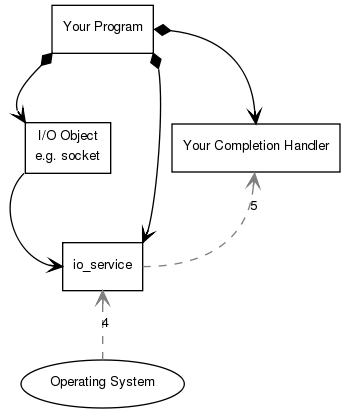
Before: asio/src/doc/overview/async_op2.png, a diagram exported from Graphviz (chriskohlhoff/asio). Its source is kept beside it as asio/src/doc/overview/async_op2.dot. The source it was exported from:
```dot
digraph g
{
  graph
    [
      nodesep="0.2"
    ];

  edge
    [
      fontname="Helvetica",
      fontsize=10,
      labelfontname="Helvetica",
      labelfontsize=10
    ];

  node
    [
      fontname="Helvetica",
      fontsize=10,
      shape=box
    ];

  edge
    [
      arrowhead="open"
    ]

  operating_system
    [
      label="Operating System",
      shape=ellipse
    ];

  io_service
    [
      label="io_service"
    ];

  io_object
    [
      label="I/O Object\ne.g. socket"
    ];

  your_program
    [
      label="Your Program"
    ];

  your_completion_handler
    [
      label="Your Completion Handler"
    ];

  your_program:e -> your_completion_handler:n
    [
      arrowtail="diamond"
    ];

  your_program:sw -> io_object:nw
    [
      arrowtail="diamond"
    ];

  your_program:se -> io_service:ne
    [
      arrowtail="diamond"
    ];

  io_object:sw -> io_service:w
    [
    ];

  your_program:s -> io_object:ne
    [
      style="invis",
      label="1"
    ];

  io_object:se -> io_service:n
    [
      style="invis",
      label="2"
    ];

  io_service:s -> operating_system:n
    [
      style="dashed",
      label="4"
      color="#808080"
      arrowhead="none"
      arrowtail="open"
    ];

  io_service:e -> your_completion_handler:s
    [
      style="dashed",
      label="5"
      color="#808080"
      constraint="false"
    ];
}
```
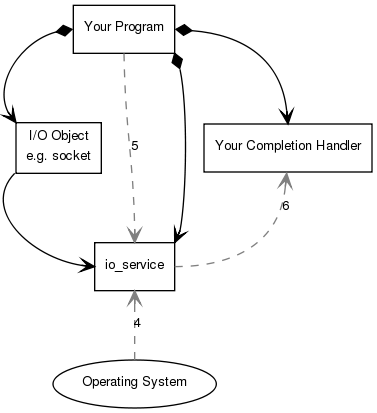
After the change.

The edit, as a diff of the source:
```diff
@@ -25,77 +25,45 @@
       arrowhead="open"
     ]
 
-  operating_system
-    [
-      label="Operating System",
-      shape=ellipse
-    ];
+  {
+    operating_system [ label="Operating System", shape=ellipse ];
+    io_service [ label="io_service" ];
+    io_object [ label="I/O Object\ne.g. socket" ];
+    your_program [ label="Your Program" ];
+    your_completion_handler [ label="Your Completion Handler" ];
+  }
 
-  io_service
-    [
-      label="io_service"
-    ];
+  {
+    edge [ arrowtail="diamond" ];
+    your_program:e -> your_completion_handler:n;
+    your_program:w -> io_object:nw;
+    your_program:se -> io_service:ne;
+  }
 
-  io_object
-    [
-      label="I/O Object\ne.g. socket"
-    ];
+  {
+    io_object:sw -> io_service:w;
+  }
 
-  your_program
-    [
-      label="Your Program"
-    ];
+  {
+    edge [ style="dashed", color="#808080" ];
 
-  your_completion_handler
-    [
-      label="Your Completion Handler"
-    ];
+    {
+      your_program:s -> io_service:n [ label="5" ];
+    }
 
-  your_program:e -> your_completion_handler:n
-    [
-      arrowtail="diamond"
-    ];
+    {
+      edge [ arrowhead="none", arrowtail="open" ];
+      io_service:s -> operating_system:n [ label="4" ];
+      your_completion_handler:s -> io_service:e [ label="6" ];
+    }
+  }
 
-  your_program:sw -> io_object:nw
-    [
-      arrowtail="diamond"
-    ];
+  {
+    edge [ style="invis" ];
 
-  your_program:se -> io_service:ne
-    [
-      arrowtail="diamond"
-    ];
-
-  io_object:sw -> io_service:w
-    [
-    ];
-
-  your_program:s -> io_object:ne
-    [
-      style="invis",
-      label="1"
-    ];
-
-  io_object:se -> io_service:n
-    [
-      style="invis",
-      label="2"
-    ];
-
-  io_service:s -> operating_system:n
-    [
-      style="dashed",
-      label="4"
-      color="#808080"
-      arrowhead="none"
-      arrowtail="open"
-    ];
-
-  io_service:e -> your_completion_handler:s
-    [
-      style="dashed",
-      label="5"
-      color="#808080"
-      constraint="false"
-    ];
+    {
+      your_program:sw -> io_object:n [ label="1" ];
+      io_object:s -> io_service:nw [ label="2" ];
+    }
+  }
 }
```
